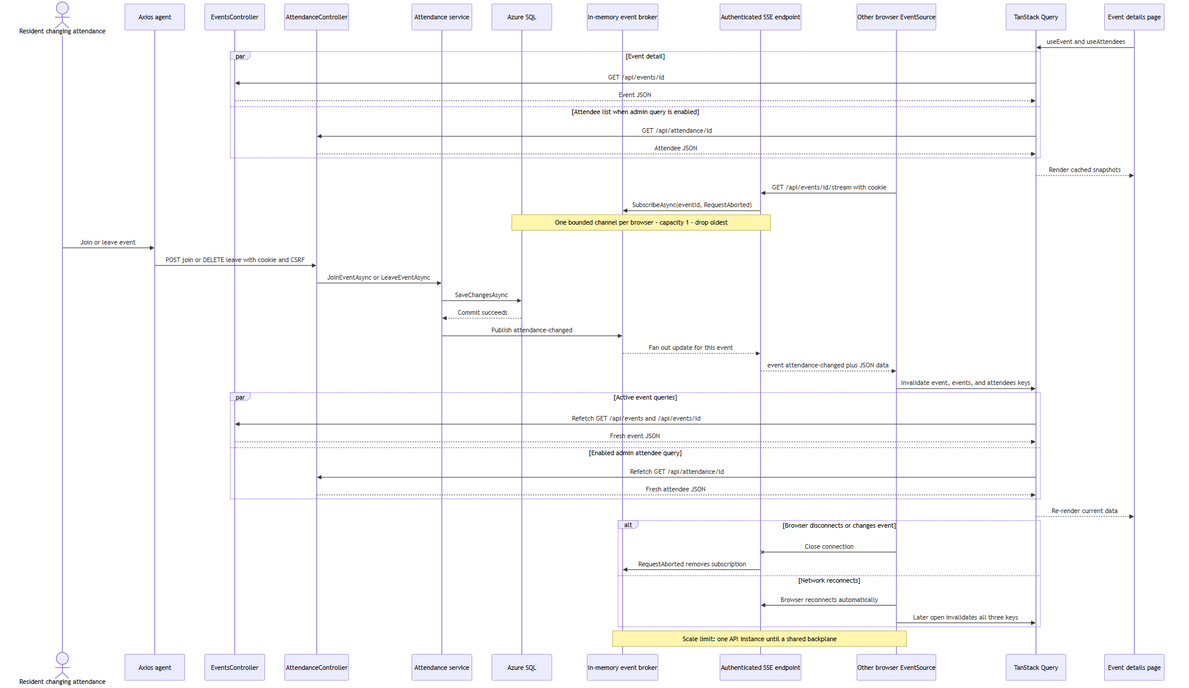
Before: HoaCommunityEvents/docs/diagrams/sse-attendance-invalidation-sequence.png, a diagram exported from Mermaid (Victor-CS-Core/hoa-practice-project). Its source is kept beside it as HoaCommunityEvents/docs/diagrams/sse-attendance-invalidation-sequence.mmd.
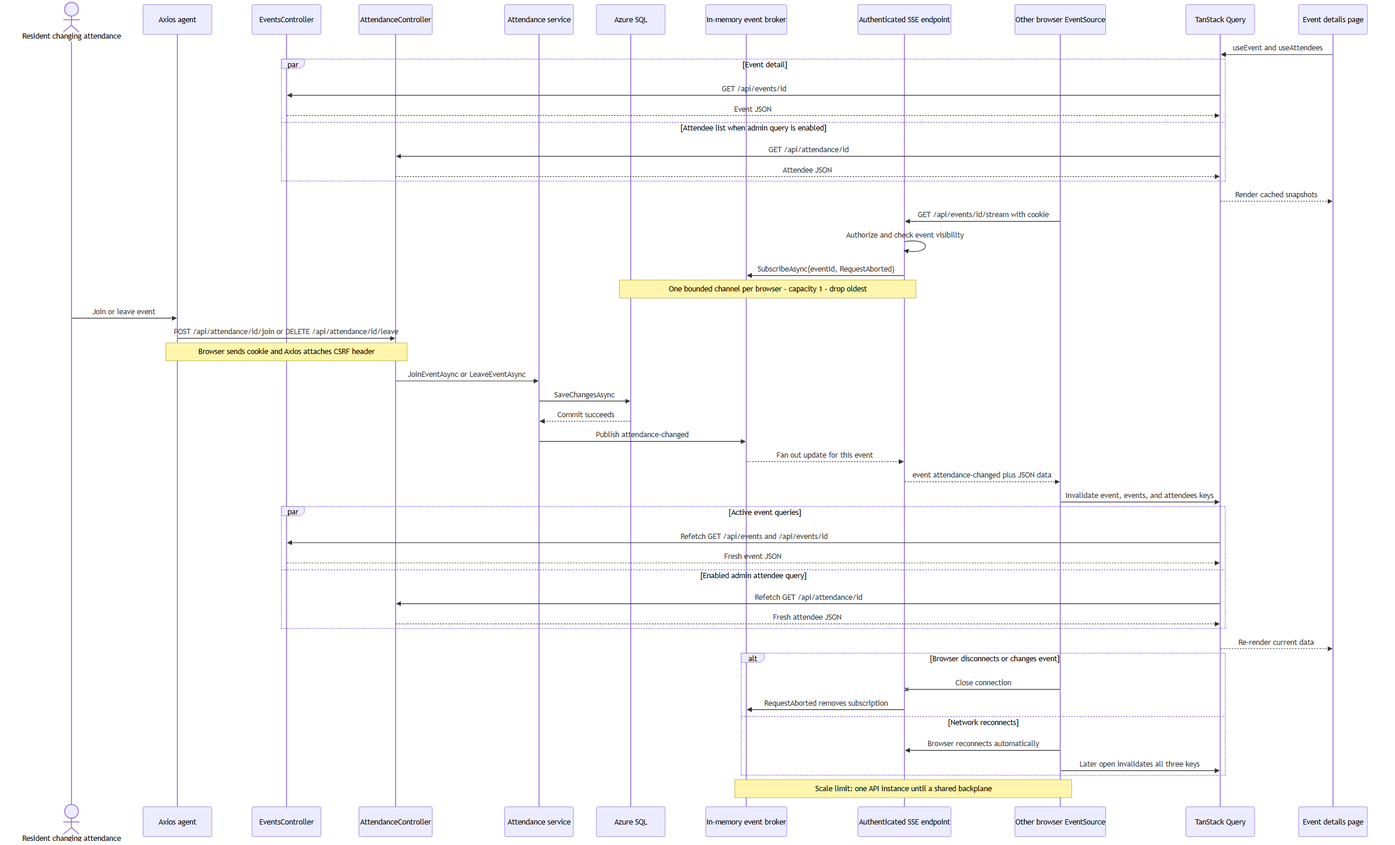
After the change.

What changed in the source:
```diff
@@ -22,11 +22,13 @@
   Query-->>Page: Render cached snapshots
 
   EventSource->>Stream: GET /api/events/id/stream with cookie
+  Stream->>Stream: Authorize and check event visibility
   Stream->>Broker: SubscribeAsync(eventId, RequestAborted)
   Note over SQL,Stream: One bounded channel per browser - capacity 1 - drop oldest
 
   ResidentA->>AxiosA: Join or leave event
-  AxiosA->>AttendanceAPI: POST join or DELETE leave with cookie and CSRF
+  AxiosA->>AttendanceAPI: POST /api/attendance/id/join or DELETE /api/attendance/id/leave
+  Note over AxiosA,AttendanceAPI: Browser sends cookie and Axios attaches CSRF header
   AttendanceAPI->>Service: JoinEventAsync or LeaveEventAsync
   Service->>SQL: SaveChangesAsync
   SQL-->>Service: Commit succeeds
```
